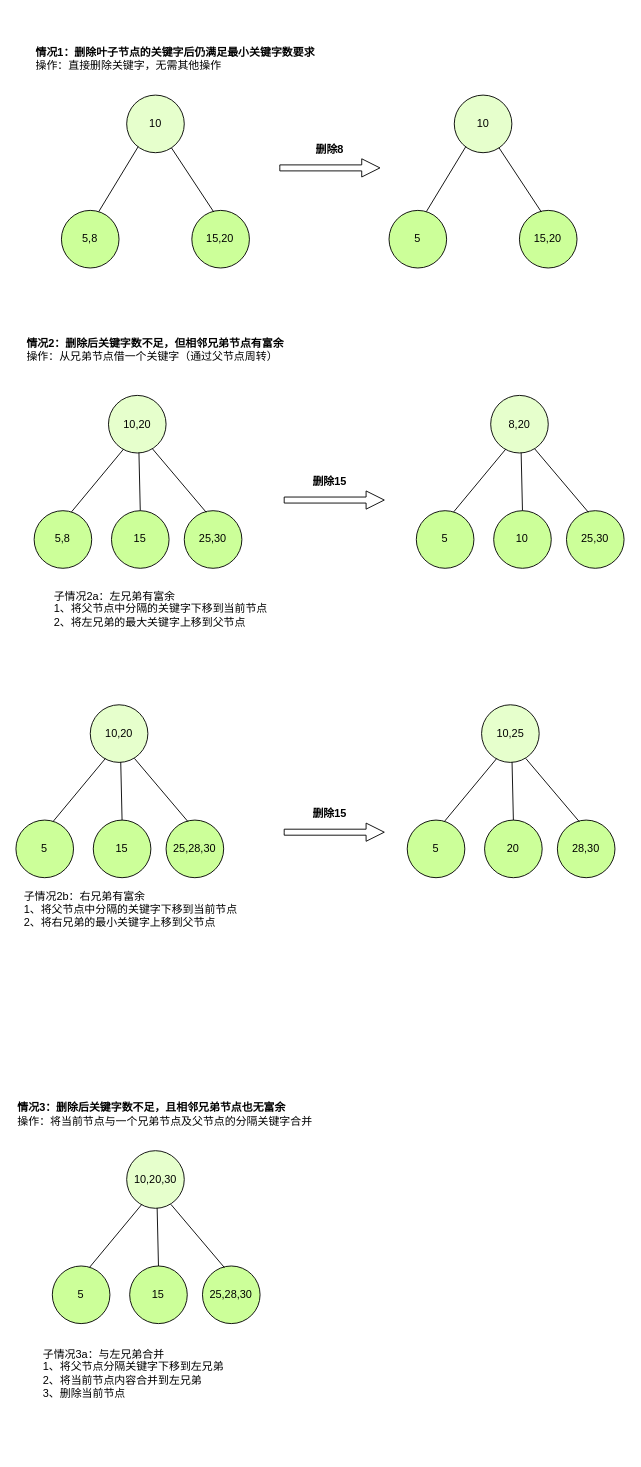
abigalexy/online_drawing keeps this draw.io diagram as algorithm_diagram/B树删除.drawio. Above is the earlier version. Source tidied: cells renumbered, new cells numbered last; positions are measured from the earlier drawing's top-left corner, leaving out a move shared by most shapes. Both pictures are drawn from the tidied source at 91%, with x=0, y=0 at pixel (15, 22).
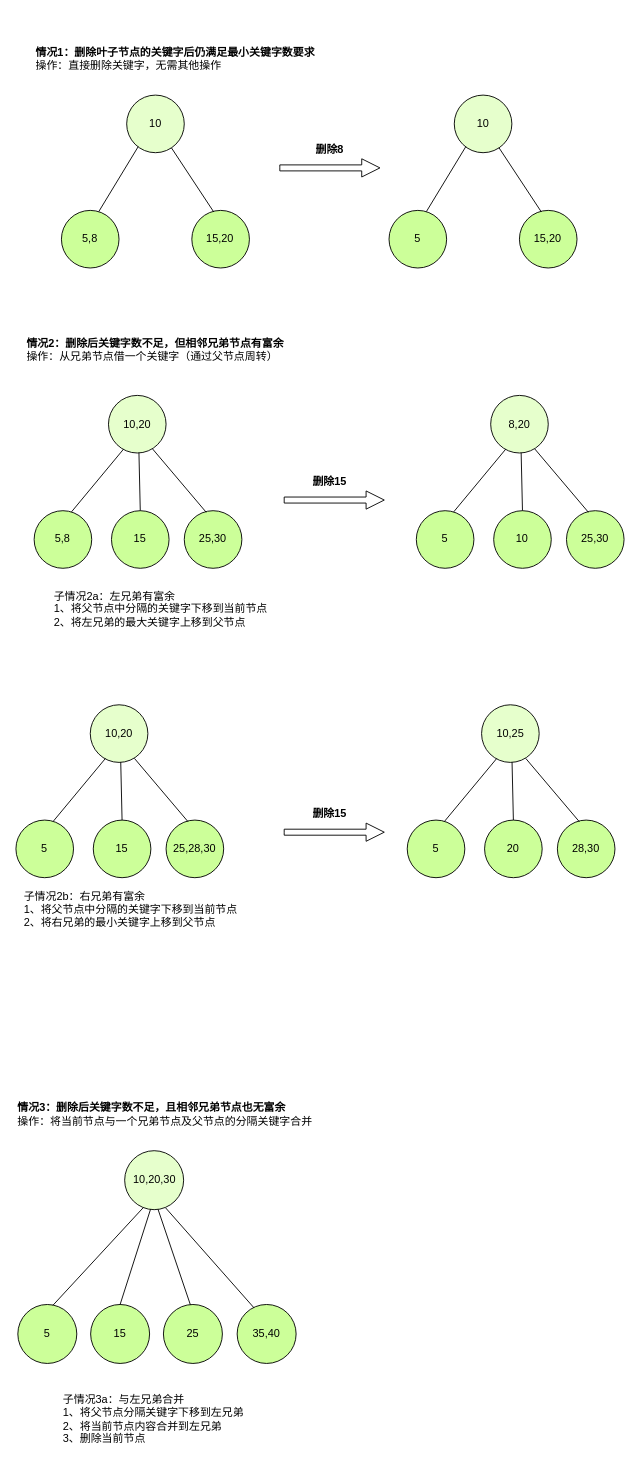
Above is the later version.

Commit message:
更新B树删除.drawio

Diff of the diagram source:
```diff
@@
     <mxCell id="86" value="&lt;div&gt;子情况3a：与左兄弟合并&lt;/div&gt;&lt;div&gt;1、将父节点分隔关键字下移到左兄弟&lt;/div&gt;&lt;div&gt;2、将当前节点内容合并到左兄弟&lt;/div&gt;&lt;div&gt;3、删除当前节点&lt;/div&gt;" style="text;strokeColor=none;align=left;fillColor=none;html=1;verticalAlign=middle;whiteSpace=wrap;rounded=0;" parent="1" vertex="1">
-      <mxGeometry x="28.3" y="1450" width="211.7" height="70" as="geometry" />
+      <mxGeometry x="50" y="1500" width="211.7" height="70" as="geometry" />
     </mxCell>
-    <mxCell id="87" style="group;" parent="1" vertex="1">
-      <mxGeometry x="40" y="1240" width="228.3" height="190" as="geometry" />
-    </mxCell>
-    <mxCell id="88" style="group;" parent="87" vertex="1">
-      <mxGeometry x="81.7" width="70" height="63.3" as="geometry" />
-    </mxCell>
-    <mxCell id="89" style="group;" parent="88" vertex="1">
-      <mxGeometry width="63.3" height="63.3" as="geometry" />
-    </mxCell>
+    <mxCell id="100" style="group;" parent="1" vertex="1">
+      <mxGeometry x="2.1" y="1240" width="305.8" height="233.8" as="geometry" />
+    </mxCell>
-    <mxCell id="90" value="10,20,30" style="ellipse;whiteSpace=wrap;html=1;fillColor=#E6FFCC;" parent="89" vertex="1">
-      <mxGeometry width="63.3" height="63.3" as="geometry" />
+    <mxCell id="90" value="10,20,30" style="ellipse;whiteSpace=wrap;html=1;fillColor=#E6FFCC;" parent="100" vertex="1">
+      <mxGeometry x="117.4" width="64.8" height="64.8" as="geometry" />
     </mxCell>
-    <mxCell id="91" style="group;" parent="87" vertex="1">
-      <mxGeometry y="126.7" width="63.3" height="63.3" as="geometry" />
-    </mxCell>
-    <mxCell id="92" value="5" style="ellipse;whiteSpace=wrap;html=1;fillColor=#CCFF99;" parent="91" vertex="1">
-      <mxGeometry width="63.3" height="63.3" as="geometry" />
+    <mxCell id="92" value="5" style="ellipse;whiteSpace=wrap;html=1;fillColor=#CCFF99;" parent="100" vertex="1">
+      <mxGeometry y="169" width="64.8" height="64.8" as="geometry" />
     </mxCell>
-    <mxCell id="93" style="group;" parent="87" vertex="1">
-      <mxGeometry x="165" y="126.7" width="63.3" height="63.3" as="geometry" />
-    </mxCell>
-    <mxCell id="94" value="25,28,30" style="ellipse;whiteSpace=wrap;html=1;fillColor=#CCFF99;" parent="93" vertex="1">
-      <mxGeometry width="63.3" height="63.3" as="geometry" />
-    </mxCell>
+    <mxCell id="101" value="25" style="ellipse;whiteSpace=wrap;html=1;fillColor=#CCFF99;" parent="100" vertex="1">
+      <mxGeometry x="160" y="169" width="64.8" height="64.8" as="geometry" />
+    </mxCell>
-    <mxCell id="95" style="endArrow=none;html=1;rounded=0;entryX=0.262;entryY=0.933;entryDx=0;entryDy=0;entryPerimeter=0;exitX=0.649;exitY=0.02;exitDx=0;exitDy=0;exitPerimeter=0;" parent="87" edge="1" source="92" target="90">
+    <mxCell id="95" style="endArrow=none;html=1;rounded=0;exitX=0.594;exitY=0.015;exitDx=0;exitDy=0;exitPerimeter=0;entryX=0.314;entryY=0.967;entryDx=0;entryDy=0;entryPerimeter=0;" parent="100" edge="1" source="92" target="90">
       <mxGeometry relative="1" as="geometry" />
     </mxCell>
-    <mxCell id="96" style="endArrow=none;html=1;rounded=0;entryX=0.767;entryY=0.931;entryDx=0;entryDy=0;entryPerimeter=0;exitX=0.381;exitY=0.028;exitDx=0;exitDy=0;exitPerimeter=0;" parent="87" edge="1" source="94" target="90">
-      <mxGeometry relative="1" as="geometry" />
-    </mxCell>
-    <mxCell id="97" style="group;" parent="87" vertex="1">
-      <mxGeometry x="85" y="126.7" width="63.3" height="63.3" as="geometry" />
-    </mxCell>
+    <mxCell id="102" style="endArrow=none;html=1;rounded=0;exitX=0.457;exitY=0.005;exitDx=0;exitDy=0;entryX=0.565;entryY=0.992;entryDx=0;entryDy=0;entryPerimeter=0;exitPerimeter=0;" parent="100" edge="1" source="101" target="90">
+      <mxGeometry relative="1" as="geometry" />
+    </mxCell>
-    <mxCell id="98" value="15" style="ellipse;whiteSpace=wrap;html=1;fillColor=#CCFF99;" parent="97" vertex="1">
-      <mxGeometry width="63.3" height="63.3" as="geometry" />
+    <mxCell id="98" value="15" style="ellipse;whiteSpace=wrap;html=1;fillColor=#CCFF99;" parent="100" vertex="1">
+      <mxGeometry x="80" y="169" width="64.8" height="64.8" as="geometry" />
     </mxCell>
-    <mxCell id="99" style="endArrow=none;html=1;rounded=0;entryX=0.529;entryY=0.995;entryDx=0;entryDy=0;exitX=0.5;exitY=0;exitDx=0;exitDy=0;entryPerimeter=0;" parent="87" edge="1" source="98" target="90">
+    <mxCell id="99" style="endArrow=none;html=1;rounded=0;exitX=0.5;exitY=0;exitDx=0;exitDy=0;entryX=0.439;entryY=0.992;entryDx=0;entryDy=0;entryPerimeter=0;" parent="100" edge="1" source="98" target="90">
       <mxGeometry relative="1" as="geometry" />
     </mxCell>
+    <mxCell id="103" value="35,40" style="ellipse;whiteSpace=wrap;html=1;fillColor=#CCFF99;" parent="100" vertex="1">
+      <mxGeometry x="241" y="169" width="64.8" height="64.8" as="geometry" />
+    </mxCell>
+    <mxCell id="104" style="endArrow=none;html=1;rounded=0;exitX=0.286;exitY=0.057;exitDx=0;exitDy=0;entryX=0.692;entryY=0.967;entryDx=0;entryDy=0;entryPerimeter=0;exitPerimeter=0;" parent="100" edge="1" source="103" target="90">
+      <mxGeometry relative="1" as="geometry" />
+    </mxCell>
```
